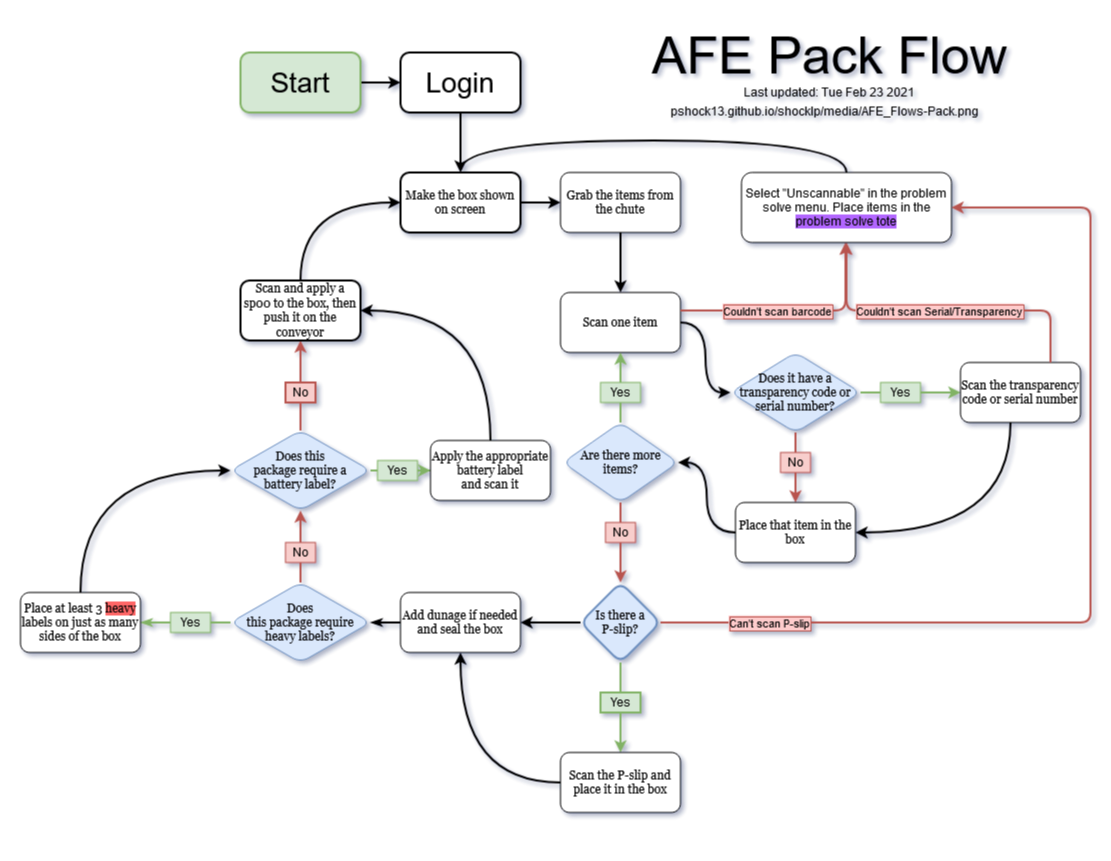
Earlier version of the draw.io export media/AFE_Flows-Pack.png (Pshock13/shocklp). Source tidied: cells renumbered, new cells last; positions are measured from the earlier drawing's top-left corner, leaving out a move shared by most shapes.
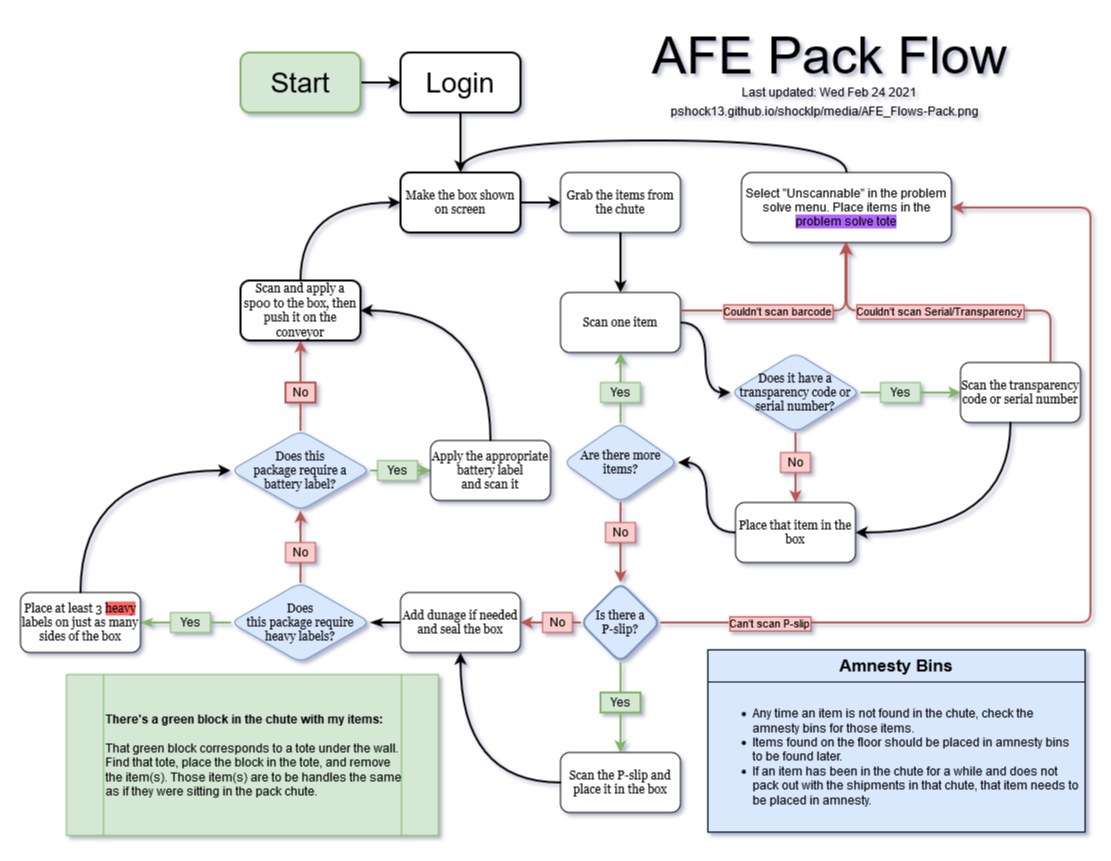
Above is the later version.

The edit, as a diff of the source:
```diff
@@ -90,7 +90,7 @@
     <mxCell id="28" style="edgeStyle=orthogonalEdgeStyle;curved=1;jettySize=auto;html=1;endArrow=none;endFill=0;fillColor=#d5e8d4;strokeColor=#82b366;strokeWidth=2;" parent="1" edge="1" source="26" target="27">
       <mxGeometry relative="1" as="geometry" />
     </mxCell>
-    <mxCell id="29" style="edgeStyle=orthogonalEdgeStyle;curved=1;jettySize=auto;html=1;endArrow=classic;endFill=1;strokeWidth=2;" parent="1" edge="1" source="31" target="35">
+    <mxCell id="29" style="edgeStyle=orthogonalEdgeStyle;curved=1;jettySize=auto;html=1;endArrow=classic;endFill=1;strokeWidth=2;fillColor=#f8cecc;strokeColor=#b85450;" parent="1" edge="1" source="71" target="35">
       <mxGeometry relative="1" as="geometry" />
     </mxCell>
     <mxCell id="30" style="edgeStyle=orthogonalEdgeStyle;curved=1;jettySize=auto;html=1;endArrow=classic;endFill=1;fillColor=#d5e8d4;strokeColor=#82b366;strokeWidth=2;" parent="1" edge="1" source="37" target="36">
@@ -291,5 +291,21 @@
     <mxCell id="70" value="pshock13.github.io/shocklp/media/AFE_Flows-Pack.png" style="text;html=1;align=center;verticalAlign=middle;" parent="1" vertex="1">
       <mxGeometry x="645" y="62" width="318" height="18" as="geometry" />
     </mxCell>
+    <mxCell id="71" value="&lt;div&gt;No&lt;/div&gt;" style="text;html=1;align=center;verticalAlign=middle;points=[];fillColor=#f8cecc;strokeColor=#b85450;" parent="1" vertex="1">
+      <mxGeometry x="522" y="572" width="30" height="20" as="geometry" />
+    </mxCell>
+    <mxCell id="72" style="edgeStyle=orthogonalEdgeStyle;curved=1;jettySize=auto;html=1;endArrow=none;endFill=0;strokeWidth=2;entryX=0.989;entryY=0.5;entryDx=0;entryDy=0;entryPerimeter=0;fillColor=#f8cecc;strokeColor=#b85450;" parent="1" edge="1" source="31" target="71">
+      <mxGeometry relative="1" as="geometry">
+        <Array as="points">
+          <mxPoint x="560" y="582" />
+        </Array>
+      </mxGeometry>
+    </mxCell>
+    <mxCell id="73" value="&lt;table style=&quot;width: 100% ; height: 100% ; border-collapse: collapse&quot; width=&quot;100%&quot; cellpadding=&quot;4&quot; border=&quot;1&quot;&gt;&lt;tbody&gt;&lt;tr style=&quot;font-size: 17px&quot;&gt;&lt;th align=&quot;center&quot;&gt;Amnesty Bins&lt;br&gt;&lt;/th&gt;&lt;/tr&gt;&lt;tr align=&quot;left&quot;&gt;&lt;td&gt;&lt;ul&gt;&lt;li&gt;Any time an item is not found in the chute, check the amnesty bins for those items.&lt;/li&gt;&lt;li&gt;Items found on the floor should be placed in amnesty bins to be found later.&lt;/li&gt;&lt;li&gt;If an item has been in the chute for a while and does not pack out with the shipments in that chute, that item needs to be placed in amnesty.&lt;br&gt;&lt;/li&gt;&lt;/ul&gt;&lt;/td&gt;&lt;/tr&gt;&lt;/tbody&gt;&lt;/table&gt;" style="text;html=1;strokeColor=#6c8ebf;fillColor=#dae8fc;overflow=fill;whiteSpace=wrap;" parent="1" vertex="1">
+      <mxGeometry x="687" y="609" width="378" height="183" as="geometry" />
+    </mxCell>
+    <mxCell id="74" value="&lt;b&gt;There's a green block in the chute with my items:&lt;br&gt;&lt;/b&gt;&lt;br&gt;That green block corresponds to a tote under the wall. Find that tote, place the block in the tote, and remove the item(s). Those item(s) are to be handles the same as if they were sitting in the pack chute." style="shape=process;whiteSpace=wrap;html=1;backgroundOutline=1;glass=0;fillColor=#d5e8d4;align=left;strokeColor=#82b366;" parent="1" vertex="1">
+      <mxGeometry x="46" y="634" width="372" height="161" as="geometry" />
+    </mxCell>
   </root>
 </mxGraphModel>
```
